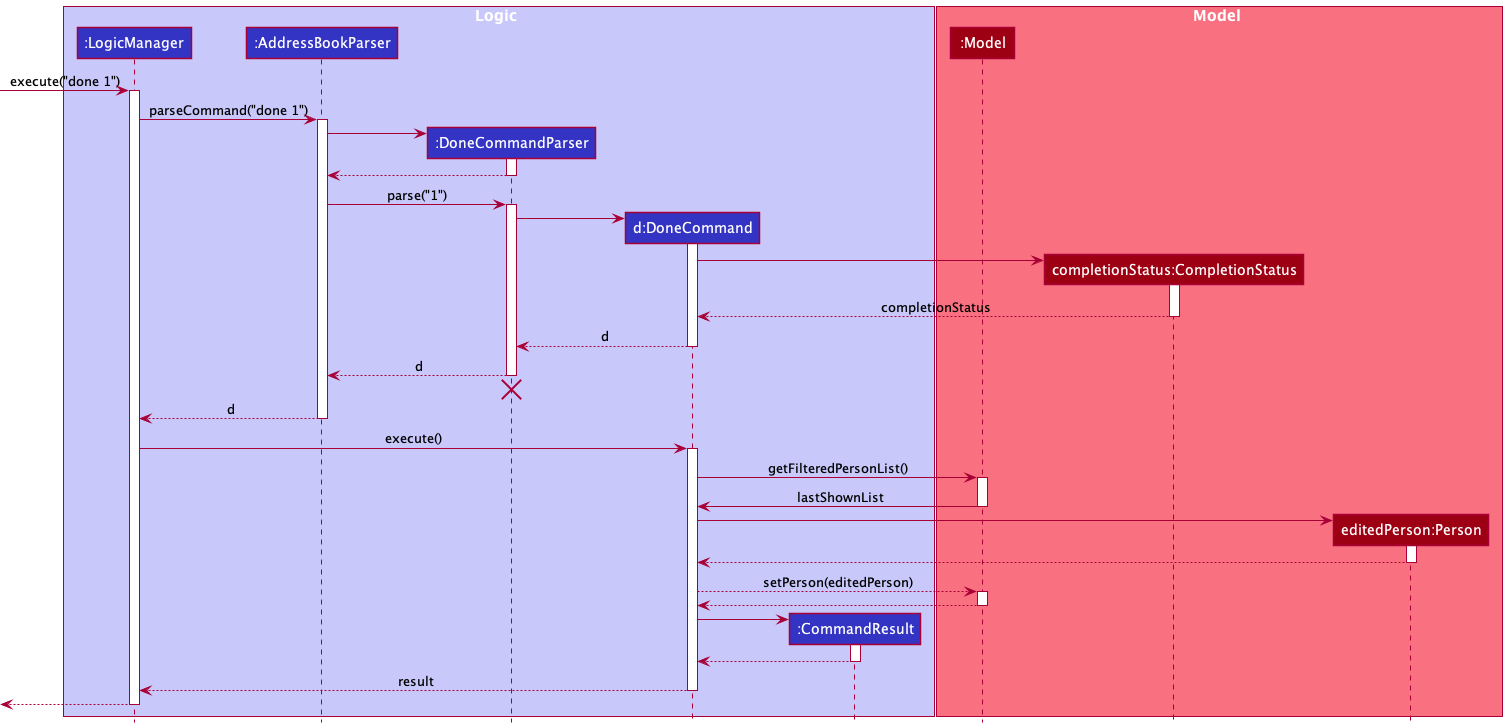
vigneshsankariyer1234567890/tp keeps this PlantUML diagram as docs/images/DoneSequenceDiagram.png. Above is the earlier version. Its diagram source:
```plantuml
@startuml
!include style.puml

box Logic LOGIC_COLOR_T1
participant ":LogicManager" as LogicManager LOGIC_COLOR
participant ":AddressBookParser" as AddressBookParser LOGIC_COLOR
participant ":DoneCommandParser" as DoneCommandParser LOGIC_COLOR
participant "d:DoneCommand" as DoneCommand LOGIC_COLOR
participant ":CommandResult" as CommandResult LOGIC_COLOR
end box

box Model MODEL_COLOR_T1
participant ":Model" as Model MODEL_COLOR
participant "completionStatus:CompletionStatus" as CompletionStatus MODEL_COLOR
participant "editedPerson:Person" as EditedPerson MODEL_COLOR
end box

[-> LogicManager : execute("done 1")
activate LogicManager

LogicManager -> AddressBookParser : parseCommand("done 1")
activate AddressBookParser

create DoneCommandParser
AddressBookParser -> DoneCommandParser
activate DoneCommandParser

DoneCommandParser --> AddressBookParser
deactivate DoneCommandParser

AddressBookParser -> DoneCommandParser : parse("1")
activate DoneCommandParser

create DoneCommand
DoneCommandParser -> DoneCommand
activate DoneCommand

create CompletionStatus
DoneCommand -> CompletionStatus
activate CompletionStatus

CompletionStatus --> DoneCommand : completionStatus
deactivate CompletionStatus

DoneCommand --> DoneCommandParser : d
deactivate DoneCommand

DoneCommandParser --> AddressBookParser : d
deactivate DoneCommandParser
DoneCommandParser -[hidden]-> AddressBookParser
destroy DoneCommandParser

AddressBookParser --> LogicManager : d
deactivate AddressBookParser

LogicManager -> DoneCommand : execute()
activate DoneCommand

DoneCommand -> Model : getFilteredPersonList()
activate Model

Model -> DoneCommand : lastShownList
deactivate Model

create EditedPerson
DoneCommand -> EditedPerson
activate EditedPerson

EditedPerson --> DoneCommand
deactivate EditedPerson

DoneCommand --> Model : setPerson(editedPerson)
activate Model

Model --> DoneCommand
deactivate Model

create CommandResult
DoneCommand -> CommandResult
activate CommandResult

CommandResult --> DoneCommand
deactivate CommandResult

DoneCommand --> LogicManager : result
deactivate DoneCommand

[<--LogicManager
deactivate LogicManager
@enduml
```
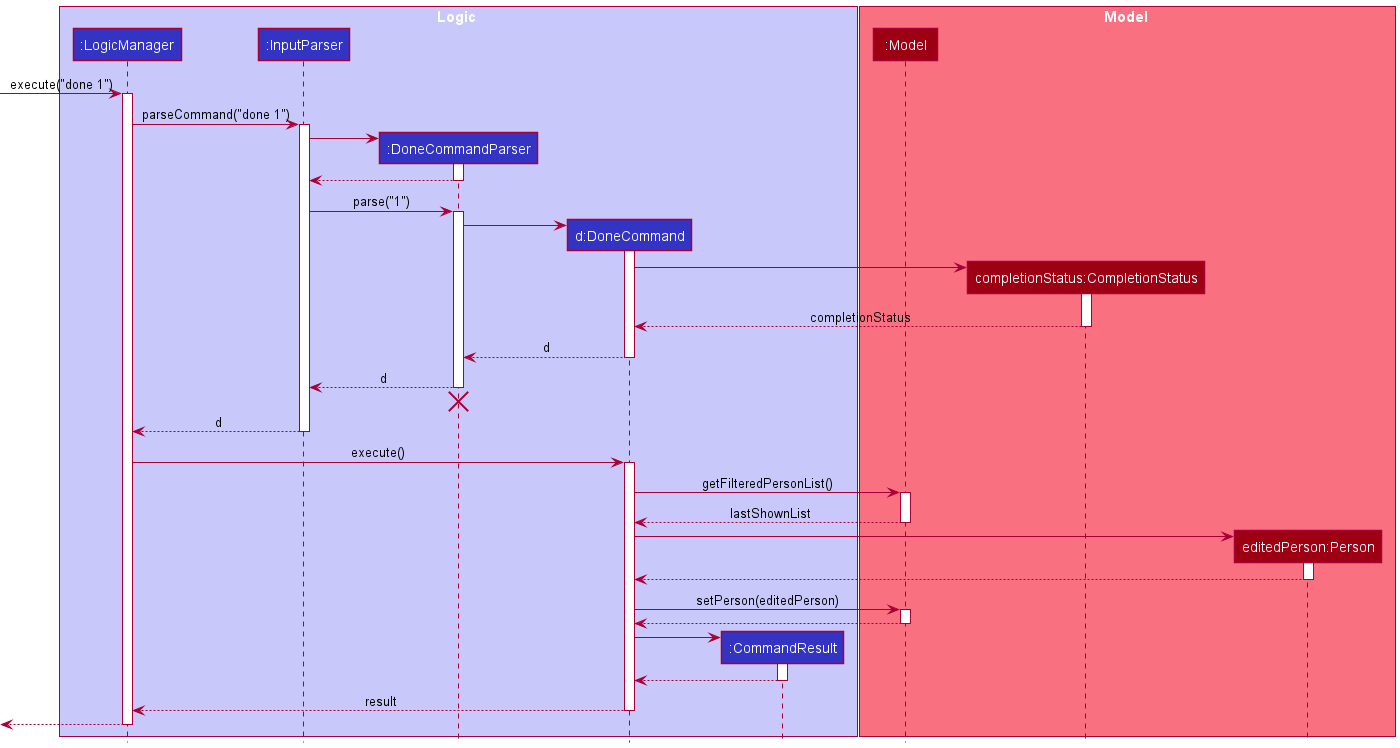
After the change.

Change to the diagram source:
```diff
@@ -3,7 +3,7 @@
 
 box Logic LOGIC_COLOR_T1
 participant ":LogicManager" as LogicManager LOGIC_COLOR
-participant ":AddressBookParser" as AddressBookParser LOGIC_COLOR
+participant ":InputParser" as InputParser LOGIC_COLOR
 participant ":DoneCommandParser" as DoneCommandParser LOGIC_COLOR
 participant "d:DoneCommand" as DoneCommand LOGIC_COLOR
 participant ":CommandResult" as CommandResult LOGIC_COLOR
@@ -18,17 +18,17 @@
 [-> LogicManager : execute("done 1")
 activate LogicManager
 
-LogicManager -> AddressBookParser : parseCommand("done 1")
-activate AddressBookParser
+LogicManager -> InputParser : parseCommand("done 1")
+activate InputParser
 
 create DoneCommandParser
-AddressBookParser -> DoneCommandParser
+InputParser -> DoneCommandParser
 activate DoneCommandParser
 
-DoneCommandParser --> AddressBookParser
+DoneCommandParser --> InputParser
 deactivate DoneCommandParser
 
-AddressBookParser -> DoneCommandParser : parse("1")
+InputParser -> DoneCommandParser : parse("1")
 activate DoneCommandParser
 
 create DoneCommand
@@ -45,13 +45,13 @@
 DoneCommand --> DoneCommandParser : d
 deactivate DoneCommand
 
-DoneCommandParser --> AddressBookParser : d
+DoneCommandParser --> InputParser : d
 deactivate DoneCommandParser
-DoneCommandParser -[hidden]-> AddressBookParser
+DoneCommandParser -[hidden]-> InputParser
 destroy DoneCommandParser
 
-AddressBookParser --> LogicManager : d
-deactivate AddressBookParser
+InputParser --> LogicManager : d
+deactivate InputParser
 
 LogicManager -> DoneCommand : execute()
 activate DoneCommand
@@ -59,7 +59,7 @@
 DoneCommand -> Model : getFilteredPersonList()
 activate Model
 
-Model -> DoneCommand : lastShownList
+Model --> DoneCommand : lastShownList
 deactivate Model
 
 create EditedPerson
@@ -69,7 +69,7 @@
 EditedPerson --> DoneCommand
 deactivate EditedPerson
 
-DoneCommand --> Model : setPerson(editedPerson)
+DoneCommand -> Model : setPerson(editedPerson)
 activate Model
 
 Model --> DoneCommand
```
